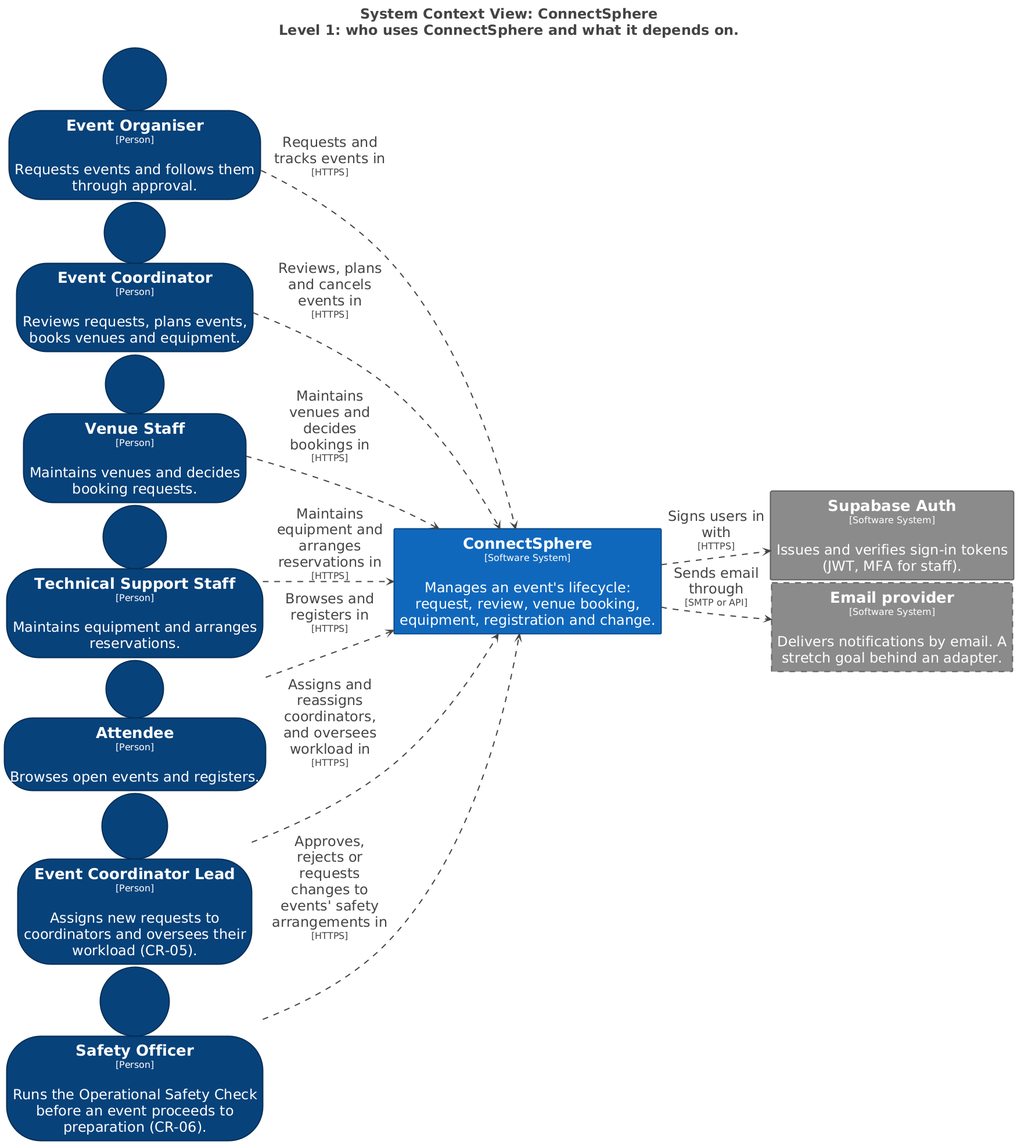
raphaelkwek/event-planning-and-venue-booking-system keeps this PlantUML diagram as documentation/c4/images/structurizr-SystemContext.png. Above is the earlier version.
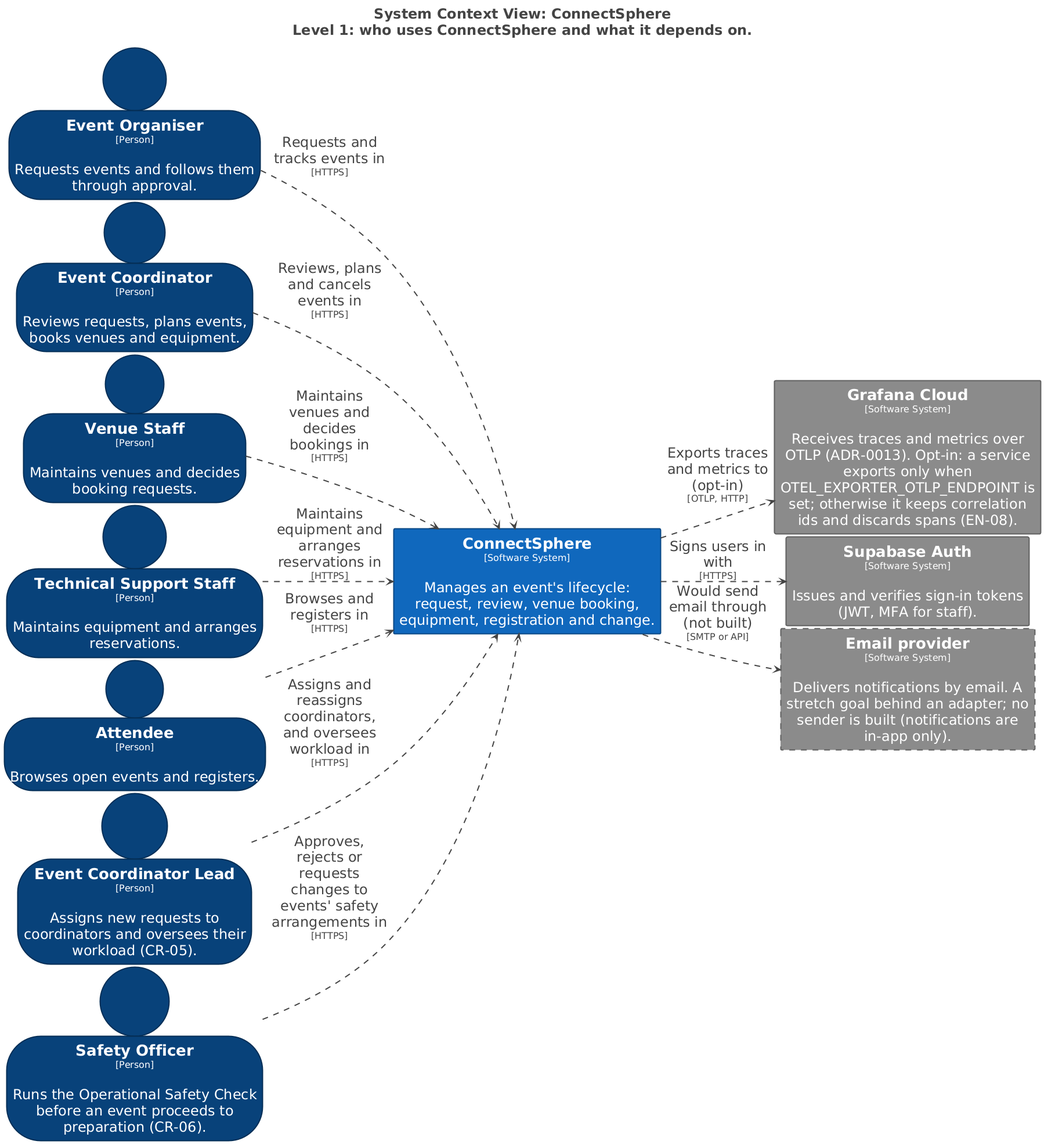
After the change.

What changed in the source:
```diff
@@ -72,6 +72,7 @@
 </style>
 
 person "==Event Organiser\n<size:16>[Person]</size>\n\nRequests events and follows them through approval." <<Element-RWxlbWVudCxQZXJzb24=>> as EventOrganiser
+rectangle "==Grafana Cloud\n<size:16>[Software System]</size>\n\nReceives traces and metrics over OTLP (ADR-0013). Opt-in: a service exports only when OTEL_EXPORTER_OTLP_ENDPOINT is set; otherwise it keeps correlation ids and discards spans (EN-08)." <<Element-RWxlbWVudCxTb2Z0d2FyZSBTeXN0ZW0sRXh0ZXJuYWw=>> as GrafanaCloud
 rectangle "==ConnectSphere\n<size:16>[Software System]</size>\n\nManages an event's lifecycle: request, review, venue booking, equipment, registration and change." <<Element-RWxlbWVudCxTb2Z0d2FyZSBTeXN0ZW0=>> as ConnectSphere
 person "==Event Coordinator\n<size:16>[Person]</size>\n\nReviews requests, plans events, books venues and equipment." <<Element-RWxlbWVudCxQZXJzb24=>> as EventCoordinator
 person "==Venue Staff\n<size:16>[Person]</size>\n\nMaintains venues and decides booking requests." <<Element-RWxlbWVudCxQZXJzb24=>> as VenueStaff
@@ -80,7 +81,7 @@
 person "==Event Coordinator Lead\n<size:16>[Person]</size>\n\nAssigns new requests to coordinators and oversees their workload (CR-05)." <<Element-RWxlbWVudCxQZXJzb24=>> as EventCoordinatorLead
 person "==Safety Officer\n<size:16>[Person]</size>\n\nRuns the Operational Safety Check before an event proceeds to preparation (CR-06)." <<Element-RWxlbWVudCxQZXJzb24=>> as SafetyOfficer
 rectangle "==Supabase Auth\n<size:16>[Software System]</size>\n\nIssues and verifies sign-in tokens (JWT, MFA for staff)." <<Element-RWxlbWVudCxTb2Z0d2FyZSBTeXN0ZW0sRXh0ZXJuYWw=>> as SupabaseAuth
-rectangle "==Email provider\n<size:16>[Software System]</size>\n\nDelivers notifications by email. A stretch goal behind an adapter." <<Element-RWxlbWVudCxTb2Z0d2FyZSBTeXN0ZW0sRXh0ZXJuYWwsUGxhbm5lZA==>> as Emailprovider
+rectangle "==Email provider\n<size:16>[Software System]</size>\n\nDelivers notifications by email. A stretch goal behind an adapter; no sender is built (notifications are in-app only)." <<Element-RWxlbWVudCxTb2Z0d2FyZSBTeXN0ZW0sRXh0ZXJuYWwsUGxhbm5lZA==>> as Emailprovider
 
 EventOrganiser --> ConnectSphere <<Relationship-UmVsYXRpb25zaGlw>> : "Requests and tracks events in\n<size:16>[HTTPS]</size>"
 EventCoordinator --> ConnectSphere <<Relationship-UmVsYXRpb25zaGlw>> : "Reviews, plans and cancels events in\n<size:16>[HTTPS]</size>"
@@ -90,6 +91,7 @@
 EventCoordinatorLead --> ConnectSphere <<Relationship-UmVsYXRpb25zaGlw>> : "Assigns and reassigns coordinators, and oversees workload in\n<size:16>[HTTPS]</size>"
 SafetyOfficer --> ConnectSphere <<Relationship-UmVsYXRpb25zaGlw>> : "Approves, rejects or requests changes to events' safety arrangements in\n<size:16>[HTTPS]</size>"
 ConnectSphere --> SupabaseAuth <<Relationship-UmVsYXRpb25zaGlw>> : "Signs users in with\n<size:16>[HTTPS]</size>"
-ConnectSphere --> Emailprovider <<Relationship-UmVsYXRpb25zaGlw>> : "Sends email through\n<size:16>[SMTP or API]</size>"
+ConnectSphere --> Emailprovider <<Relationship-UmVsYXRpb25zaGlw>> : "Would send email through (not built)\n<size:16>[SMTP or API]</size>"
+ConnectSphere --> GrafanaCloud <<Relationship-UmVsYXRpb25zaGlw>> : "Exports traces and metrics to (opt-in)\n<size:16>[OTLP, HTTP]</size>"
 
 @enduml
```
